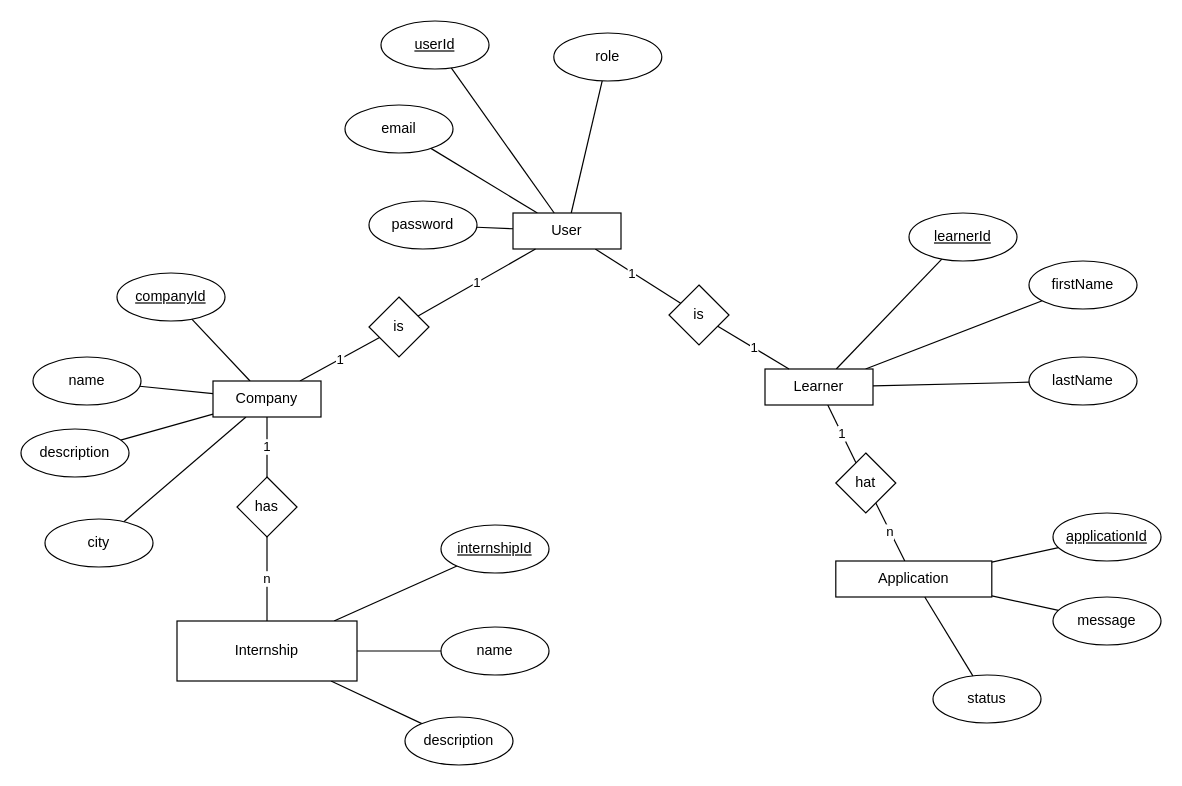
Earlier version of the draw.io diagram docs/ER-diagram.drawio (binhpham199x/praktikumsboerse). Source tidied: cells renumbered, new cells numbered last; positions are measured from the earlier drawing's top-left corner, leaving out a move shared by most shapes. Both pictures are drawn from the tidied source at 120%, with x=0, y=0 at pixel (20, 20).
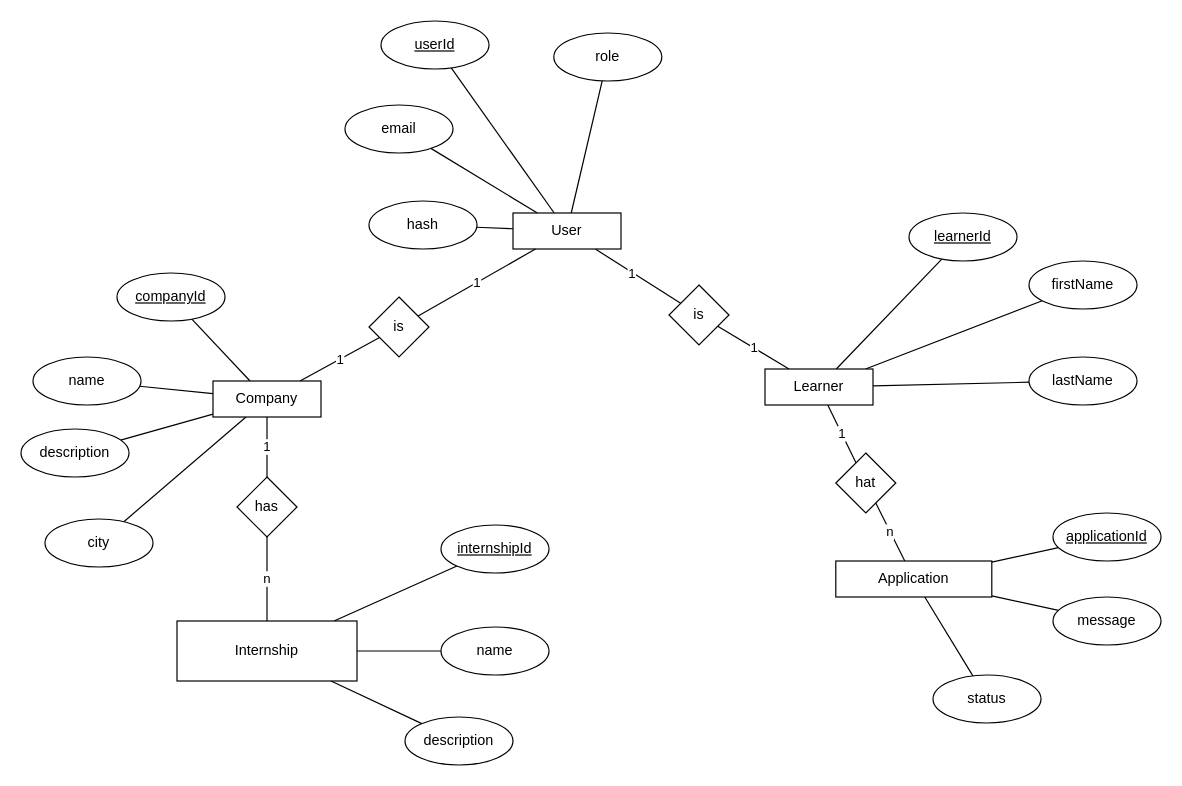
The same diagram, later.

Commit message (it also covers changes not shown here):
refactor: change password to hash

Change to the diagram source:
```diff
@@
-    <mxCell id="9" value="password" style="ellipse;whiteSpace=wrap;html=1;" parent="1" vertex="1">
+    <mxCell id="9" value="hash" style="ellipse;whiteSpace=wrap;html=1;" parent="1" vertex="1">
       <mxGeometry x="290" y="150" width="90" height="40" as="geometry" />
     </mxCell>
```
